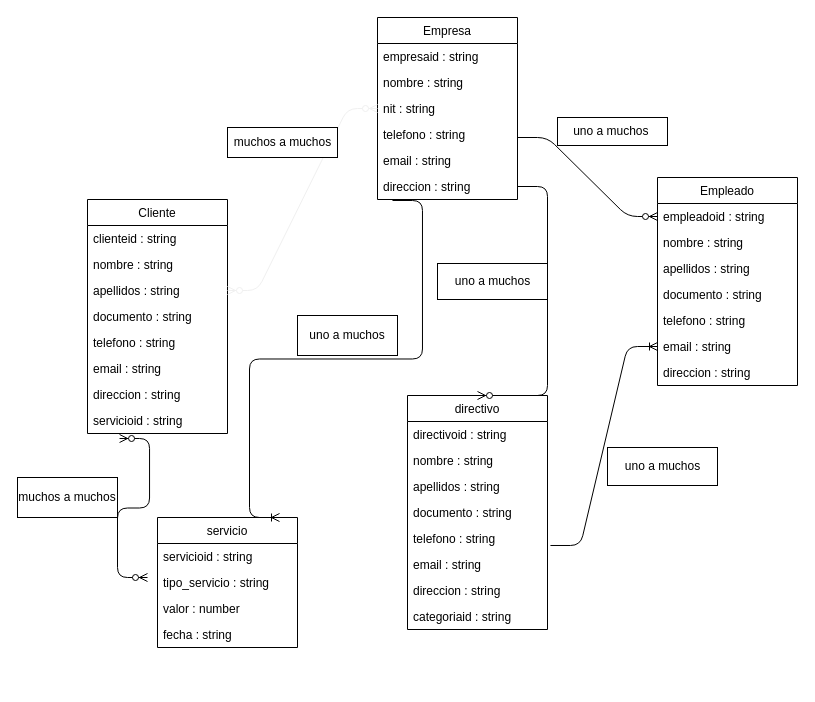
Earlier version of the draw.io diagram entidades.drawio (lcastano1580/G50-Developer-Proyecto). Source tidied: cells renumbered, new cells numbered last; positions are measured from the earlier drawing's top-left corner, leaving out a move shared by most shapes. Both pictures are drawn from the tidied source at 100%, with x=0, y=0 at pixel (17, 17).
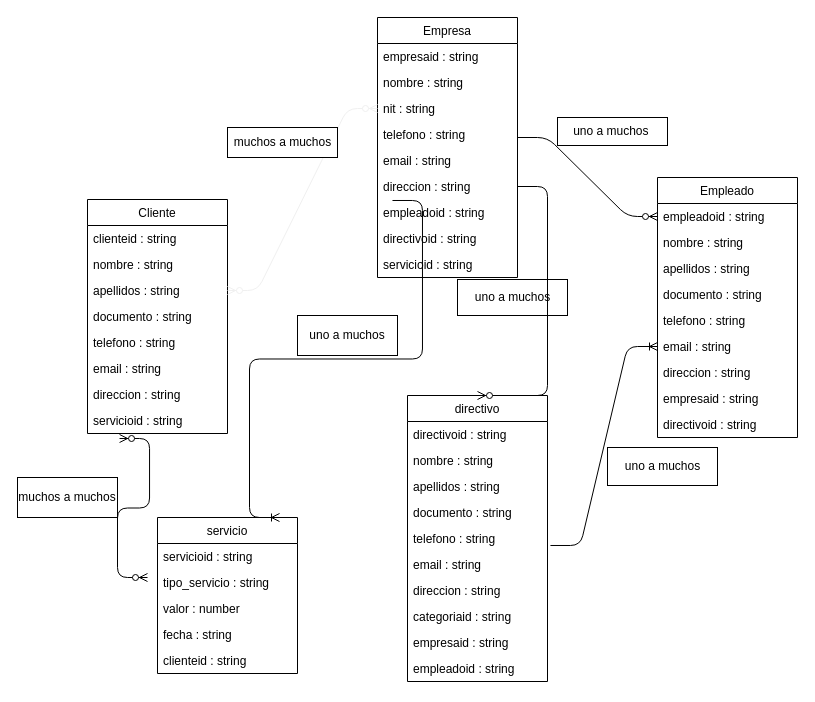
The same page after the edit.

What changed in the source:
```diff
@@
     <mxCell id="11" value="Empleado" style="swimlane;fontStyle=0;horizontal=1;startSize=26;fillColor=none;" parent="1" vertex="1">
-      <mxGeometry x="640" y="160" width="140" height="208" as="geometry" />
+      <mxGeometry x="640" y="160" width="140" height="260" as="geometry" />
     </mxCell>
@@
+    <mxCell id="52" value="empresaid : string" style="text;strokeColor=none;fillColor=none;align=left;verticalAlign=top;spacingLeft=4;spacingRight=4;overflow=hidden;" parent="11" vertex="1">
+      <mxGeometry y="208" width="140" height="26" as="geometry" />
+    </mxCell>
+    <mxCell id="53" value="directivoid : string" style="text;strokeColor=none;fillColor=none;align=left;verticalAlign=top;spacingLeft=4;spacingRight=4;overflow=hidden;" parent="11" vertex="1">
+      <mxGeometry y="234" width="140" height="26" as="geometry" />
+    </mxCell>
     <mxCell id="19" value="Empresa" style="swimlane;fontStyle=0;horizontal=1;startSize=26;fillColor=none;" parent="1" vertex="1">
-      <mxGeometry x="360" width="140" height="182" as="geometry" />
+      <mxGeometry x="360" width="140" height="260" as="geometry" />
     </mxCell>
@@
+    <mxCell id="54" value="empleadoid : string" style="text;strokeColor=none;fillColor=none;align=left;verticalAlign=top;spacingLeft=4;spacingRight=4;overflow=hidden;" parent="19" vertex="1">
+      <mxGeometry y="182" width="140" height="26" as="geometry" />
+    </mxCell>
+    <mxCell id="55" value="directivoid : string" style="text;strokeColor=none;fillColor=none;align=left;verticalAlign=top;spacingLeft=4;spacingRight=4;overflow=hidden;" parent="19" vertex="1">
+      <mxGeometry y="208" width="140" height="26" as="geometry" />
+    </mxCell>
+    <mxCell id="56" value="servicioid : string" style="text;strokeColor=none;fillColor=none;align=left;verticalAlign=top;spacingLeft=4;spacingRight=4;overflow=hidden;" parent="19" vertex="1">
+      <mxGeometry y="234" width="140" height="26" as="geometry" />
+    </mxCell>
     <mxCell id="26" value="directivo" style="swimlane;fontStyle=0;horizontal=1;startSize=26;fillColor=none;" parent="1" vertex="1">
-      <mxGeometry x="390" y="378" width="140" height="234" as="geometry" />
+      <mxGeometry x="390" y="378" width="140" height="286" as="geometry" />
     </mxCell>
@@
+    <mxCell id="57" value="empresaid : string" style="text;strokeColor=none;fillColor=none;align=left;verticalAlign=top;spacingLeft=4;spacingRight=4;overflow=hidden;" parent="26" vertex="1">
+      <mxGeometry y="234" width="140" height="26" as="geometry" />
+    </mxCell>
+    <mxCell id="58" value="empleadoid : string" style="text;strokeColor=none;fillColor=none;align=left;verticalAlign=top;spacingLeft=4;spacingRight=4;overflow=hidden;" parent="26" vertex="1">
+      <mxGeometry y="260" width="140" height="26" as="geometry" />
+    </mxCell>
@@
     <mxCell id="37" value="uno a muchos" style="html=1;" parent="1" vertex="1">
-      <mxGeometry x="420" y="246" width="110" height="36" as="geometry" />
+      <mxGeometry x="440" y="262" width="110" height="36" as="geometry" />
     </mxCell>
@@
     <mxCell id="43" value="servicio" style="swimlane;fontStyle=0;horizontal=1;startSize=26;fillColor=none;" parent="1" vertex="1">
-      <mxGeometry x="140" y="500" width="140" height="130" as="geometry" />
+      <mxGeometry x="140" y="500" width="140" height="156" as="geometry" />
     </mxCell>
@@
+    <mxCell id="59" value="clienteid : string" style="text;strokeColor=none;fillColor=none;align=left;verticalAlign=top;spacingLeft=4;spacingRight=4;overflow=hidden;" parent="43" vertex="1">
+      <mxGeometry y="130" width="140" height="26" as="geometry" />
+    </mxCell>
```
